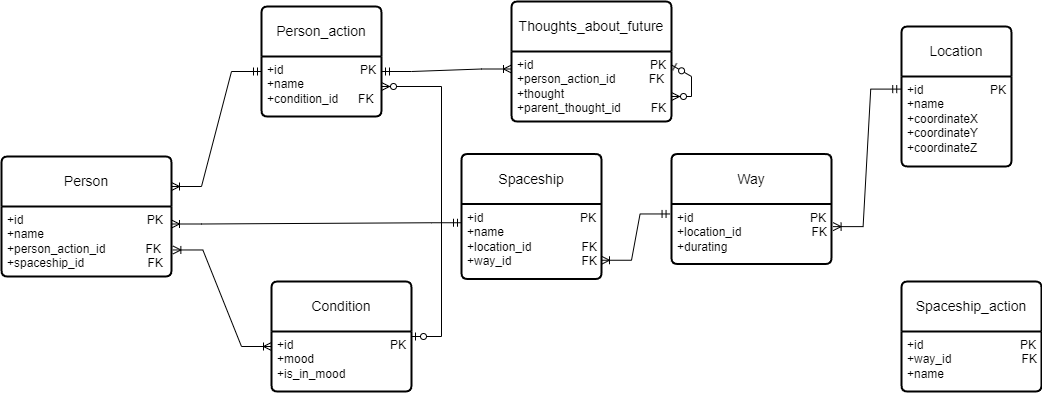
This is DataBases/lab1/InfologicDiagram.drawio.png from EgorovaVarvara/ITMO, a draw.io export, as it was before one commit. Source tidied: cells renumbered, new cells last; positions are measured from the earlier drawing's top-left corner, leaving out a move shared by most shapes.
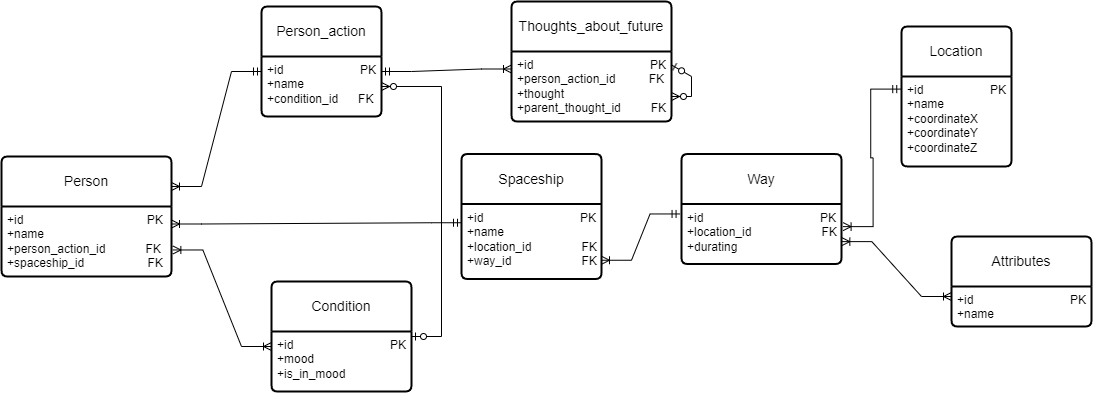
Later version of the same file.

The edit, as a diff of the source:
```diff
@@ -35,11 +35,11 @@
     <mxCell id="12" value="+id&amp;nbsp; &amp;nbsp; &amp;nbsp; &amp;nbsp; &amp;nbsp; &amp;nbsp; &amp;nbsp; &amp;nbsp; &amp;nbsp; &amp;nbsp; &amp;nbsp; &amp;nbsp; &amp;nbsp; &amp;nbsp; &amp;nbsp;PK&lt;br&gt;+name&lt;br&gt;+location_id&amp;nbsp; &amp;nbsp; &amp;nbsp; &amp;nbsp; &amp;nbsp; &amp;nbsp; &amp;nbsp; &amp;nbsp;FK&lt;br&gt;+way_id&amp;nbsp; &amp;nbsp; &amp;nbsp; &amp;nbsp; &amp;nbsp; &amp;nbsp; &amp;nbsp; &amp;nbsp; &amp;nbsp; &amp;nbsp; &amp;nbsp;FK" style="align=left;strokeColor=none;fillColor=none;spacingLeft=4;fontSize=12;verticalAlign=top;html=1;" parent="11" vertex="1">
       <mxGeometry y="50" width="140" height="75" as="geometry" />
     </mxCell>
-    <mxCell id="13" value="Spaceship_action" style="swimlane;horizontal=1;startSize=50;rounded=1;fontSize=14;fontStyle=0;strokeWidth=2;shadow=0;dashed=0;align=center;arcSize=4;whiteSpace=wrap;html=1;" parent="1" vertex="1">
-      <mxGeometry x="900" y="280" width="140" height="110" as="geometry" />
+    <mxCell id="13" value="Attributes" style="swimlane;horizontal=1;startSize=50;rounded=1;fontSize=14;fontStyle=0;strokeWidth=2;shadow=0;dashed=0;align=center;arcSize=4;whiteSpace=wrap;html=1;" parent="1" vertex="1">
+      <mxGeometry x="950" y="235" width="140" height="90" as="geometry" />
     </mxCell>
-    <mxCell id="14" value="+id&amp;nbsp; &amp;nbsp; &amp;nbsp; &amp;nbsp; &amp;nbsp; &amp;nbsp; &amp;nbsp; &amp;nbsp; &amp;nbsp; &amp;nbsp; &amp;nbsp; &amp;nbsp; &amp;nbsp; &amp;nbsp; &amp;nbsp;PK&lt;br&gt;+way_id&amp;nbsp; &amp;nbsp; &amp;nbsp; &amp;nbsp; &amp;nbsp; &amp;nbsp; &amp;nbsp; &amp;nbsp; &amp;nbsp; &amp;nbsp; &amp;nbsp;FK&lt;br&gt;+name" style="align=left;strokeColor=none;fillColor=none;spacingLeft=4;fontSize=12;verticalAlign=top;html=1;" parent="13" vertex="1">
-      <mxGeometry y="50" width="140" height="60" as="geometry" />
+    <mxCell id="14" value="+id&amp;nbsp; &amp;nbsp; &amp;nbsp; &amp;nbsp; &amp;nbsp; &amp;nbsp; &amp;nbsp; &amp;nbsp; &amp;nbsp; &amp;nbsp; &amp;nbsp; &amp;nbsp; &amp;nbsp; &amp;nbsp; &amp;nbsp;PK&lt;br&gt;+name" style="align=left;strokeColor=none;fillColor=none;spacingLeft=4;fontSize=12;verticalAlign=top;html=1;" parent="13" vertex="1">
+      <mxGeometry y="50" width="140" height="40" as="geometry" />
     </mxCell>
     <mxCell id="15" style="edgeStyle=orthogonalEdgeStyle;rounded=0;orthogonalLoop=1;jettySize=auto;html=1;exitX=0.5;exitY=1;exitDx=0;exitDy=0;" parent="13" edge="1" source="14" target="14">
       <mxGeometry relative="1" as="geometry" />
@@ -77,7 +77,7 @@
       <mxGeometry relative="1" as="geometry" />
     </mxCell>
     <mxCell id="24" value="Way" style="swimlane;horizontal=1;startSize=50;rounded=1;fontSize=14;fontStyle=0;strokeWidth=2;shadow=0;dashed=0;align=center;arcSize=4;whiteSpace=wrap;html=1;" parent="1" vertex="1">
-      <mxGeometry x="670" y="152.5" width="160" height="110" as="geometry" />
+      <mxGeometry x="680" y="152.5" width="160" height="110" as="geometry" />
     </mxCell>
     <mxCell id="25" value="+id&amp;nbsp; &amp;nbsp; &amp;nbsp; &amp;nbsp; &amp;nbsp; &amp;nbsp; &amp;nbsp; &amp;nbsp; &amp;nbsp; &amp;nbsp; &amp;nbsp; &amp;nbsp; &amp;nbsp; &amp;nbsp; &amp;nbsp; &amp;nbsp; &amp;nbsp; &amp;nbsp;PK&lt;br&gt;+location_id&amp;nbsp; &amp;nbsp; &amp;nbsp; &amp;nbsp; &amp;nbsp;&amp;nbsp;&amp;nbsp; &amp;nbsp; &amp;nbsp; &amp;nbsp; &amp;nbsp; &amp;nbsp;FK&lt;br&gt;+durating" style="align=left;strokeColor=none;fillColor=none;spacingLeft=4;fontSize=12;verticalAlign=top;html=1;" parent="24" vertex="1">
       <mxGeometry y="50" width="160" height="60" as="geometry" />
@@ -88,5 +88,8 @@
     <mxCell id="27" style="edgeStyle=entityRelationEdgeStyle;fontSize=12;html=1;endArrow=ERoneToMany;startArrow=ERmandOne;rounded=0;entryX=1.01;entryY=0.377;entryDx=0;entryDy=0;entryPerimeter=0;exitX=-0.007;exitY=0.14;exitDx=0;exitDy=0;exitPerimeter=0;" parent="1" edge="1" source="10" target="25">
       <mxGeometry relative="1" as="geometry" />
     </mxCell>
+    <mxCell id="28" style="edgeStyle=entityRelationEdgeStyle;fontSize=12;html=1;endArrow=ERoneToMany;startArrow=ERoneToMany;rounded=0;entryX=0;entryY=0.25;entryDx=0;entryDy=0;exitX=1.002;exitY=0.627;exitDx=0;exitDy=0;exitPerimeter=0;" parent="1" edge="1" source="25" target="14">
+      <mxGeometry relative="1" as="geometry" />
+    </mxCell>
   </root>
 </mxGraphModel>
```
